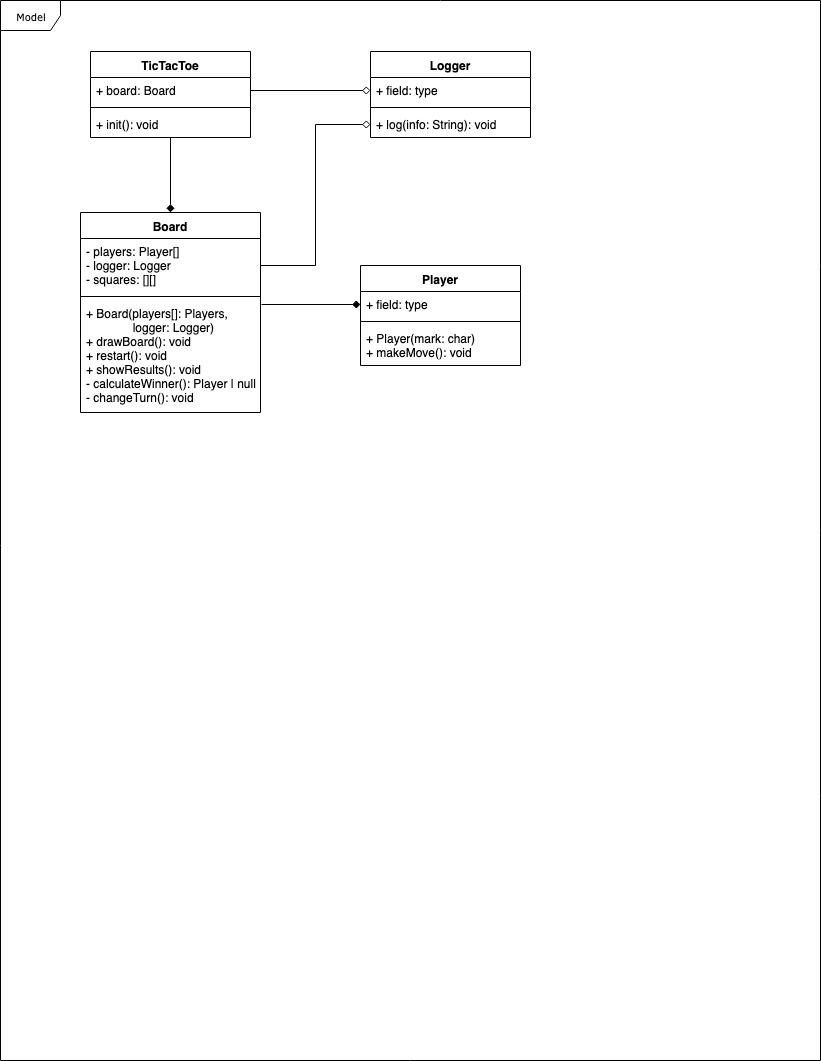
Above: solid tic tac toe.png in amednin/solid-tic-tac-toe (draw.io), before the change. Source tidied: cells renumbered, new cells last; positions are measured from the earlier drawing's top-left corner, leaving out a move shared by most shapes.
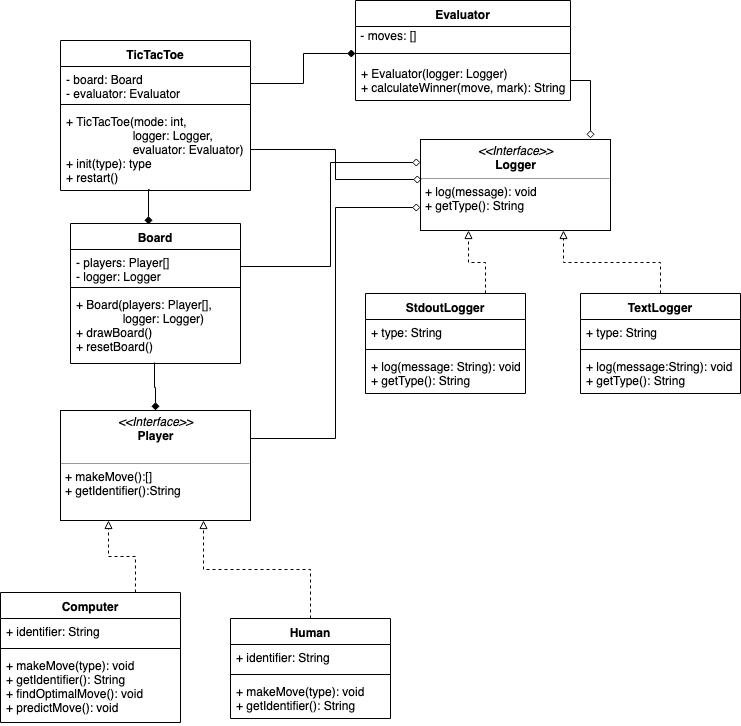
Later version of the same file.

Change to the diagram source:
```diff
@@ -1,71 +1,129 @@
-<mxGraphModel background="#ffffff">
+<mxGraphModel>
   <root>
     <mxCell id="0" />
     <mxCell id="1" parent="0" />
-    <mxCell id="2" value="Model" style="shape=umlFrame;whiteSpace=wrap;html=1;rounded=0;shadow=0;comic=0;labelBackgroundColor=none;strokeColor=#000000;strokeWidth=1;fillColor=#ffffff;fontFamily=Verdana;fontSize=10;fontColor=#000000;align=center;" parent="1" vertex="1">
-      <mxGeometry width="820" height="1060" as="geometry" />
-    </mxCell>
-    <mxCell id="3" style="edgeStyle=orthogonalEdgeStyle;rounded=0;jettySize=auto;html=1;endArrow=diamond;endFill=1;" parent="1" edge="1" source="4" target="12">
-      <mxGeometry relative="1" as="geometry" />
-    </mxCell>
     <mxCell id="4" value="TicTacToe" style="swimlane;fontStyle=1;align=center;verticalAlign=top;horizontal=1;startSize=26;" parent="1" vertex="1">
-      <mxGeometry x="90" y="51" width="160" height="86" as="geometry" />
+      <mxGeometry x="100" y="50" width="190" height="150" as="geometry" />
     </mxCell>
-    <mxCell id="5" value="+ board: Board" style="text;strokeColor=none;fillColor=none;align=left;verticalAlign=top;spacingLeft=4;spacingRight=4;overflow=hidden;points=[[0,0.5],[1,0.5]];portConstraint=eastwest;" parent="4" vertex="1">
-      <mxGeometry y="26" width="160" height="26" as="geometry" />
-    </mxCell>
-    <mxCell id="6" style="line;strokeWidth=1;fillColor=none;align=left;verticalAlign=middle;spacingTop=-1;spacingLeft=3;spacingRight=3;labelPosition=right;" parent="4" vertex="1">
-      <mxGeometry y="52" width="160" height="8" as="geometry" />
-    </mxCell>
-    <mxCell id="7" value="+ init(): void" style="text;strokeColor=none;fillColor=none;align=left;verticalAlign=top;spacingLeft=4;spacingRight=4;overflow=hidden;" parent="4" vertex="1">
-      <mxGeometry y="60" width="160" height="26" as="geometry" />
-    </mxCell>
-    <mxCell id="8" value="Player" style="swimlane;fontStyle=1;align=center;verticalAlign=top;horizontal=1;startSize=26;" parent="1" vertex="1">
-      <mxGeometry x="360" y="265" width="160" height="100" as="geometry" />
-    </mxCell>
-    <mxCell id="9" value="+ field: type" style="text;strokeColor=none;fillColor=none;align=left;verticalAlign=top;spacingLeft=4;spacingRight=4;overflow=hidden;points=[[0,0.5],[1,0.5]];portConstraint=eastwest;" parent="8" vertex="1">
-      <mxGeometry y="26" width="160" height="26" as="geometry" />
-    </mxCell>
-    <mxCell id="10" style="line;strokeWidth=1;fillColor=none;align=left;verticalAlign=middle;spacingTop=-1;spacingLeft=3;spacingRight=3;labelPosition=right;" parent="8" vertex="1">
-      <mxGeometry y="52" width="160" height="8" as="geometry" />
-    </mxCell>
-    <mxCell id="11" value="+ Player(mark: char)&#10;+ makeMove(): void" style="text;strokeColor=none;fillColor=none;align=left;verticalAlign=top;spacingLeft=4;spacingRight=4;overflow=hidden;" parent="8" vertex="1">
-      <mxGeometry y="60" width="160" height="40" as="geometry" />
-    </mxCell>
+    <mxCell id="23" value="- board: Board&#10;- evaluator: Evaluator" style="text;strokeColor=none;fillColor=none;align=left;verticalAlign=top;spacingLeft=4;spacingRight=4;overflow=hidden;points=[[0,0.5],[1,0.5]];portConstraint=eastwest;" parent="4" vertex="1">
+      <mxGeometry y="26" width="190" height="34" as="geometry" />
+    </mxCell>
+    <mxCell id="24" style="line;strokeWidth=1;fillColor=none;align=left;verticalAlign=middle;spacingTop=-1;spacingLeft=3;spacingRight=3;labelPosition=right;" parent="4" vertex="1">
+      <mxGeometry y="60" width="190" height="8" as="geometry" />
+    </mxCell>
+    <mxCell id="25" value="+ TicTacToe(mode: int,&#10;                    logger: Logger,&#10;                    evaluator: Evaluator)&#10;+ init(type): type&#10;+ restart()" style="text;strokeColor=none;fillColor=none;align=left;verticalAlign=top;spacingLeft=4;spacingRight=4;overflow=hidden;points=[[0,0.5],[1,0.5]];portConstraint=eastwest;" parent="4" vertex="1">
+      <mxGeometry y="68" width="190" height="82" as="geometry" />
+    </mxCell>
     <mxCell id="12" value="Board" style="swimlane;fontStyle=1;align=center;verticalAlign=top;horizontal=1;startSize=26;" parent="1" vertex="1">
-      <mxGeometry x="80" y="212" width="180" height="200" as="geometry" />
+      <mxGeometry x="110" y="233" width="170" height="140" as="geometry" />
     </mxCell>
-    <mxCell id="13" value="- players: Player[]&#10;- logger: Logger&#10;- squares: [][]&#10;" style="text;strokeColor=none;fillColor=none;align=left;verticalAlign=top;spacingLeft=4;spacingRight=4;overflow=hidden;points=[[0,0.5],[1,0.5]];portConstraint=eastwest;" parent="12" vertex="1">
-      <mxGeometry y="26" width="180" height="54" as="geometry" />
-    </mxCell>
-    <mxCell id="14" style="line;strokeWidth=1;fillColor=none;align=left;verticalAlign=middle;spacingTop=-1;spacingLeft=3;spacingRight=3;labelPosition=right;" parent="12" vertex="1">
-      <mxGeometry y="80" width="180" height="8" as="geometry" />
-    </mxCell>
-    <mxCell id="15" value="+ Board(players[]: Players, &#10;              logger: Logger)&#10;+ drawBoard(): void&#10;+ restart(): void&#10;+ showResults(): void&#10;- calculateWinner(): Player | null&#10;- changeTurn(): void&#10;" style="text;strokeColor=none;fillColor=none;align=left;verticalAlign=top;spacingLeft=4;spacingRight=4;overflow=hidden;" parent="12" vertex="1">
-      <mxGeometry y="88" width="180" height="112" as="geometry" />
-    </mxCell>
-    <mxCell id="16" style="edgeStyle=orthogonalEdgeStyle;rounded=0;jettySize=auto;html=1;entryX=0;entryY=0.5;entryDx=0;entryDy=0;endArrow=diamond;endFill=1;" parent="1" edge="1" target="9">
-      <mxGeometry relative="1" as="geometry">
-        <mxPoint x="261" y="304" as="sourcePoint" />
-      </mxGeometry>
-    </mxCell>
-    <mxCell id="17" value="Logger" style="swimlane;fontStyle=1;align=center;verticalAlign=top;horizontal=1;startSize=26;" parent="1" vertex="1">
-      <mxGeometry x="370" y="51" width="160" height="86" as="geometry" />
-    </mxCell>
-    <mxCell id="18" value="+ field: type" style="text;strokeColor=none;fillColor=none;align=left;verticalAlign=top;spacingLeft=4;spacingRight=4;overflow=hidden;points=[[0,0.5],[1,0.5]];portConstraint=eastwest;" parent="17" vertex="1">
-      <mxGeometry y="26" width="160" height="26" as="geometry" />
-    </mxCell>
-    <mxCell id="19" style="line;strokeWidth=1;fillColor=none;align=left;verticalAlign=middle;spacingTop=-1;spacingLeft=3;spacingRight=3;labelPosition=right;" parent="17" vertex="1">
-      <mxGeometry y="52" width="160" height="8" as="geometry" />
-    </mxCell>
-    <mxCell id="20" value="+ log(info: String): void" style="text;strokeColor=none;fillColor=none;align=left;verticalAlign=top;spacingLeft=4;spacingRight=4;overflow=hidden;points=[[0,0.5],[1,0.5]];portConstraint=eastwest;" parent="17" vertex="1">
-      <mxGeometry y="60" width="160" height="26" as="geometry" />
-    </mxCell>
-    <mxCell id="21" style="edgeStyle=orthogonalEdgeStyle;rounded=0;jettySize=auto;html=1;exitX=1;exitY=0.5;exitDx=0;exitDy=0;entryX=0;entryY=0.5;entryDx=0;entryDy=0;endArrow=diamond;endFill=0;" parent="1" edge="1" source="5" target="18">
-      <mxGeometry relative="1" as="geometry" />
-    </mxCell>
-    <mxCell id="22" style="edgeStyle=orthogonalEdgeStyle;rounded=0;jettySize=auto;html=1;exitX=1;exitY=0.5;exitDx=0;exitDy=0;entryX=0;entryY=0.5;entryDx=0;entryDy=0;endArrow=diamond;endFill=0;" parent="1" edge="1" source="13" target="20">
-      <mxGeometry relative="1" as="geometry" />
-    </mxCell>
+    <mxCell id="26" value="- players: Player[]&#10;- logger: Logger" style="text;strokeColor=none;fillColor=none;align=left;verticalAlign=top;spacingLeft=4;spacingRight=4;overflow=hidden;points=[[0,0.5],[1,0.5]];portConstraint=eastwest;" parent="12" vertex="1">
+      <mxGeometry y="26" width="170" height="34" as="geometry" />
+    </mxCell>
+    <mxCell id="27" style="line;strokeWidth=1;fillColor=none;align=left;verticalAlign=middle;spacingTop=-1;spacingLeft=3;spacingRight=3;labelPosition=right;" parent="12" vertex="1">
+      <mxGeometry y="60" width="170" height="8" as="geometry" />
+    </mxCell>
+    <mxCell id="28" value="+ Board(players: Player[], &#10;              logger: Logger)&#10;+ drawBoard()&#10;+ resetBoard()" style="text;strokeColor=none;fillColor=none;align=left;verticalAlign=top;spacingLeft=4;spacingRight=4;overflow=hidden;points=[[0,0.5],[1,0.5]];portConstraint=eastwest;" parent="12" vertex="1">
+      <mxGeometry y="68" width="170" height="72" as="geometry" />
+    </mxCell>
+    <mxCell id="29" value="Evaluator" style="swimlane;fontStyle=1;align=center;verticalAlign=top;horizontal=1;startSize=26;" parent="1" vertex="1">
+      <mxGeometry x="395" y="10" width="215" height="100" as="geometry" />
+    </mxCell>
+    <mxCell id="30" value="&amp;nbsp;- moves: []" style="text;html=1;align=left;verticalAlign=top;spacingTop=-4;" parent="29" vertex="1">
+      <mxGeometry y="26" width="215" height="20" as="geometry" />
+    </mxCell>
+    <mxCell id="31" style="line;strokeWidth=1;fillColor=none;align=left;verticalAlign=middle;spacingTop=-1;spacingLeft=3;spacingRight=3;labelPosition=right;points=[];portConstraint=eastwest;" parent="29" vertex="1">
+      <mxGeometry y="46" width="215" height="14" as="geometry" />
+    </mxCell>
+    <mxCell id="32" value="+ Evaluator(logger: Logger)&#10;+ calculateWinner(move, mark): String " style="text;strokeColor=none;fillColor=none;align=left;verticalAlign=top;spacingLeft=4;spacingRight=4;overflow=hidden;points=[[0,0.5],[1,0.5]];portConstraint=eastwest;" parent="29" vertex="1">
+      <mxGeometry y="60" width="215" height="40" as="geometry" />
+    </mxCell>
+    <mxCell id="33" style="edgeStyle=orthogonalEdgeStyle;rounded=0;jettySize=auto;html=1;exitX=1;exitY=0.5;exitDx=0;exitDy=0;entryX=0;entryY=0.5;entryDx=0;entryDy=0;endArrow=diamond;endFill=1;entryPerimeter=0;" parent="1" edge="1" source="23" target="31">
+      <mxGeometry relative="1" as="geometry" />
+    </mxCell>
+    <mxCell id="34" style="edgeStyle=orthogonalEdgeStyle;rounded=0;jettySize=auto;html=1;entryX=0.5;entryY=0;entryDx=0;entryDy=0;endArrow=diamond;endFill=1;exitX=0.494;exitY=0.986;exitDx=0;exitDy=0;exitPerimeter=0;" parent="1" edge="1" source="28" target="56">
+      <mxGeometry relative="1" as="geometry" />
+    </mxCell>
+    <mxCell id="35" style="edgeStyle=orthogonalEdgeStyle;rounded=0;jettySize=auto;html=1;exitX=0.5;exitY=0;exitDx=0;exitDy=0;entryX=0.75;entryY=1;entryDx=0;entryDy=0;endArrow=block;endFill=0;jumpStyle=none;sourcePerimeterSpacing=0;startSize=6;dashed=1;" parent="1" edge="1" source="36" target="56">
+      <mxGeometry relative="1" as="geometry" />
+    </mxCell>
+    <mxCell id="36" value="Human" style="swimlane;fontStyle=1;align=center;verticalAlign=top;horizontal=1;startSize=26;" parent="1" vertex="1">
+      <mxGeometry x="270" y="628" width="160" height="100" as="geometry" />
+    </mxCell>
+    <mxCell id="37" value="+ identifier: String" style="text;strokeColor=none;fillColor=none;align=left;verticalAlign=top;spacingLeft=4;spacingRight=4;overflow=hidden;" parent="36" vertex="1">
+      <mxGeometry y="26" width="160" height="26" as="geometry" />
+    </mxCell>
+    <mxCell id="38" style="line;strokeWidth=1;fillColor=none;align=left;verticalAlign=middle;spacingTop=-1;spacingLeft=3;spacingRight=3;labelPosition=right;" parent="36" vertex="1">
+      <mxGeometry y="52" width="160" height="8" as="geometry" />
+    </mxCell>
+    <mxCell id="39" value="+ makeMove(type): void&#10;+ getIdentifier(): String" style="text;strokeColor=none;fillColor=none;align=left;verticalAlign=top;spacingLeft=4;spacingRight=4;overflow=hidden;" parent="36" vertex="1">
+      <mxGeometry y="60" width="160" height="40" as="geometry" />
+    </mxCell>
+    <mxCell id="40" style="edgeStyle=orthogonalEdgeStyle;rounded=0;jumpStyle=none;jettySize=auto;html=1;exitX=0.75;exitY=0;exitDx=0;exitDy=0;entryX=0.25;entryY=1;entryDx=0;entryDy=0;dashed=1;startSize=6;sourcePerimeterSpacing=0;endArrow=block;endFill=0;" parent="1" edge="1" source="41" target="56">
+      <mxGeometry relative="1" as="geometry" />
+    </mxCell>
+    <mxCell id="41" value="Computer" style="swimlane;fontStyle=1;align=center;verticalAlign=top;horizontal=1;startSize=26;" parent="1" vertex="1">
+      <mxGeometry x="40" y="602" width="180" height="130" as="geometry" />
+    </mxCell>
+    <mxCell id="42" value="+ identifier: String" style="text;strokeColor=none;fillColor=none;align=left;verticalAlign=top;spacingLeft=4;spacingRight=4;overflow=hidden;" parent="41" vertex="1">
+      <mxGeometry y="26" width="180" height="26" as="geometry" />
+    </mxCell>
+    <mxCell id="43" style="line;strokeWidth=1;fillColor=none;align=left;verticalAlign=middle;spacingTop=-1;spacingLeft=3;spacingRight=3;labelPosition=right;" parent="41" vertex="1">
+      <mxGeometry y="52" width="180" height="8" as="geometry" />
+    </mxCell>
+    <mxCell id="44" value="+ makeMove(type): void&#10;+ getIdentifier(): String&#10;+ findOptimalMove(): void&#10;+ predictMove(): void" style="text;strokeColor=none;fillColor=none;align=left;verticalAlign=top;spacingLeft=4;spacingRight=4;overflow=hidden;" parent="41" vertex="1">
+      <mxGeometry y="60" width="180" height="70" as="geometry" />
+    </mxCell>
+    <mxCell id="45" value="StdoutLogger" style="swimlane;fontStyle=1;align=center;verticalAlign=top;horizontal=1;startSize=26;" parent="1" vertex="1">
+      <mxGeometry x="405" y="303" width="160" height="100" as="geometry" />
+    </mxCell>
+    <mxCell id="46" value="+ type: String" style="text;strokeColor=none;fillColor=none;align=left;verticalAlign=top;spacingLeft=4;spacingRight=4;overflow=hidden;" parent="45" vertex="1">
+      <mxGeometry y="26" width="160" height="26" as="geometry" />
+    </mxCell>
+    <mxCell id="47" style="line;strokeWidth=1;fillColor=none;align=left;verticalAlign=middle;spacingTop=-1;spacingLeft=3;spacingRight=3;labelPosition=right;" parent="45" vertex="1">
+      <mxGeometry y="52" width="160" height="8" as="geometry" />
+    </mxCell>
+    <mxCell id="48" value="+ log(message: String): void&#10;+ getType(): String" style="text;strokeColor=none;fillColor=none;align=left;verticalAlign=top;spacingLeft=4;spacingRight=4;overflow=hidden;" parent="45" vertex="1">
+      <mxGeometry y="60" width="160" height="40" as="geometry" />
+    </mxCell>
+    <mxCell id="49" value="TextLogger" style="swimlane;fontStyle=1;align=center;verticalAlign=top;horizontal=1;startSize=26;" parent="1" vertex="1">
+      <mxGeometry x="620" y="303" width="160" height="100" as="geometry" />
+    </mxCell>
+    <mxCell id="50" value="+ type: String" style="text;strokeColor=none;fillColor=none;align=left;verticalAlign=top;spacingLeft=4;spacingRight=4;overflow=hidden;" parent="49" vertex="1">
+      <mxGeometry y="26" width="160" height="26" as="geometry" />
+    </mxCell>
+    <mxCell id="51" style="line;strokeWidth=1;fillColor=none;align=left;verticalAlign=middle;spacingTop=-1;spacingLeft=3;spacingRight=3;labelPosition=right;" parent="49" vertex="1">
+      <mxGeometry y="52" width="160" height="8" as="geometry" />
+    </mxCell>
+    <mxCell id="52" value="+ log(message:String): void&#10;+ getType(): String" style="text;strokeColor=none;fillColor=none;align=left;verticalAlign=top;spacingLeft=4;spacingRight=4;overflow=hidden;" parent="49" vertex="1">
+      <mxGeometry y="60" width="160" height="40" as="geometry" />
+    </mxCell>
+    <mxCell id="53" style="edgeStyle=orthogonalEdgeStyle;rounded=0;jettySize=auto;html=1;exitX=0.75;exitY=0;exitDx=0;exitDy=0;entryX=0.25;entryY=1;entryDx=0;entryDy=0;endArrow=block;endFill=0;dashed=1;" parent="1" edge="1" source="45" target="58">
+      <mxGeometry relative="1" as="geometry" />
+    </mxCell>
+    <mxCell id="54" style="edgeStyle=orthogonalEdgeStyle;rounded=0;jettySize=auto;html=1;exitX=0.5;exitY=0;exitDx=0;exitDy=0;endArrow=block;endFill=0;dashed=1;entryX=0.75;entryY=1;entryDx=0;entryDy=0;" parent="1" edge="1" source="49" target="58">
+      <mxGeometry relative="1" as="geometry" />
+    </mxCell>
+    <mxCell id="55" style="edgeStyle=orthogonalEdgeStyle;rounded=0;jumpStyle=none;jettySize=auto;html=1;exitX=1;exitY=0.25;exitDx=0;exitDy=0;entryX=0;entryY=0.75;entryDx=0;entryDy=0;startSize=6;sourcePerimeterSpacing=0;endArrow=diamond;endFill=0;" parent="1" edge="1" source="56" target="58">
+      <mxGeometry relative="1" as="geometry" />
+    </mxCell>
+    <mxCell id="56" value="&lt;p style=&quot;margin: 0px ; margin-top: 4px ; text-align: center&quot;&gt;&lt;i&gt;&amp;lt;&amp;lt;Interface&amp;gt;&amp;gt;&lt;/i&gt;&lt;br&gt;&lt;b&gt;Player&lt;/b&gt;&lt;/p&gt;&lt;p style=&quot;margin: 0px ; margin-left: 4px&quot;&gt;&lt;br&gt;&lt;/p&gt;&lt;hr size=&quot;1&quot;&gt;&lt;p style=&quot;margin: 0px ; margin-left: 4px&quot;&gt;+ makeMove():[]&lt;br&gt;+ getIdentifier():String&lt;/p&gt;" style="verticalAlign=top;align=left;overflow=fill;fontSize=12;fontFamily=Helvetica;html=1;" parent="1" vertex="1">
+      <mxGeometry x="100" y="420" width="190" height="110" as="geometry" />
+    </mxCell>
+    <mxCell id="57" style="edgeStyle=orthogonalEdgeStyle;rounded=0;jumpStyle=none;jettySize=auto;html=1;exitX=0.468;exitY=0.984;exitDx=0;exitDy=0;entryX=0.456;entryY=0.009;entryDx=0;entryDy=0;entryPerimeter=0;startSize=6;sourcePerimeterSpacing=0;endArrow=diamond;endFill=1;exitPerimeter=0;" parent="1" edge="1" source="25" target="12">
+      <mxGeometry relative="1" as="geometry" />
+    </mxCell>
+    <mxCell id="58" value="&lt;p style=&quot;margin: 0px ; margin-top: 4px ; text-align: center&quot;&gt;&lt;i&gt;&amp;lt;&amp;lt;Interface&amp;gt;&amp;gt;&lt;/i&gt;&lt;br&gt;&lt;b&gt;Logger&lt;/b&gt;&lt;/p&gt;&lt;hr size=&quot;1&quot;&gt;&lt;p style=&quot;margin: 0px ; margin-left: 4px&quot;&gt;+ log(message): void&lt;br&gt;+ getType(): String&lt;/p&gt;" style="verticalAlign=top;align=left;overflow=fill;fontSize=12;fontFamily=Helvetica;html=1;" parent="1" vertex="1">
+      <mxGeometry x="460" y="149" width="190" height="91" as="geometry" />
+    </mxCell>
+    <mxCell id="59" style="edgeStyle=orthogonalEdgeStyle;rounded=0;jumpStyle=none;jettySize=auto;html=1;exitX=1;exitY=0.5;exitDx=0;exitDy=0;entryX=0.005;entryY=0.44;entryDx=0;entryDy=0;startSize=6;sourcePerimeterSpacing=0;endArrow=diamond;endFill=0;entryPerimeter=0;" parent="1" edge="1" source="25" target="58">
+      <mxGeometry relative="1" as="geometry" />
+    </mxCell>
+    <mxCell id="60" style="edgeStyle=orthogonalEdgeStyle;rounded=0;jumpStyle=none;jettySize=auto;html=1;exitX=1;exitY=0.5;exitDx=0;exitDy=0;entryX=0.895;entryY=-0.011;entryDx=0;entryDy=0;entryPerimeter=0;startSize=6;sourcePerimeterSpacing=0;endArrow=diamond;endFill=0;" parent="1" edge="1" source="32" target="58">
+      <mxGeometry relative="1" as="geometry" />
+    </mxCell>
+    <mxCell id="61" style="edgeStyle=orthogonalEdgeStyle;rounded=0;jumpStyle=none;jettySize=auto;html=1;exitX=1;exitY=0.5;exitDx=0;exitDy=0;entryX=0;entryY=0.25;entryDx=0;entryDy=0;startSize=6;sourcePerimeterSpacing=0;endArrow=diamond;endFill=0;" parent="1" edge="1" source="26" target="58">
+      <mxGeometry relative="1" as="geometry" />
+    </mxCell>
   </root>
 </mxGraphModel>
```
